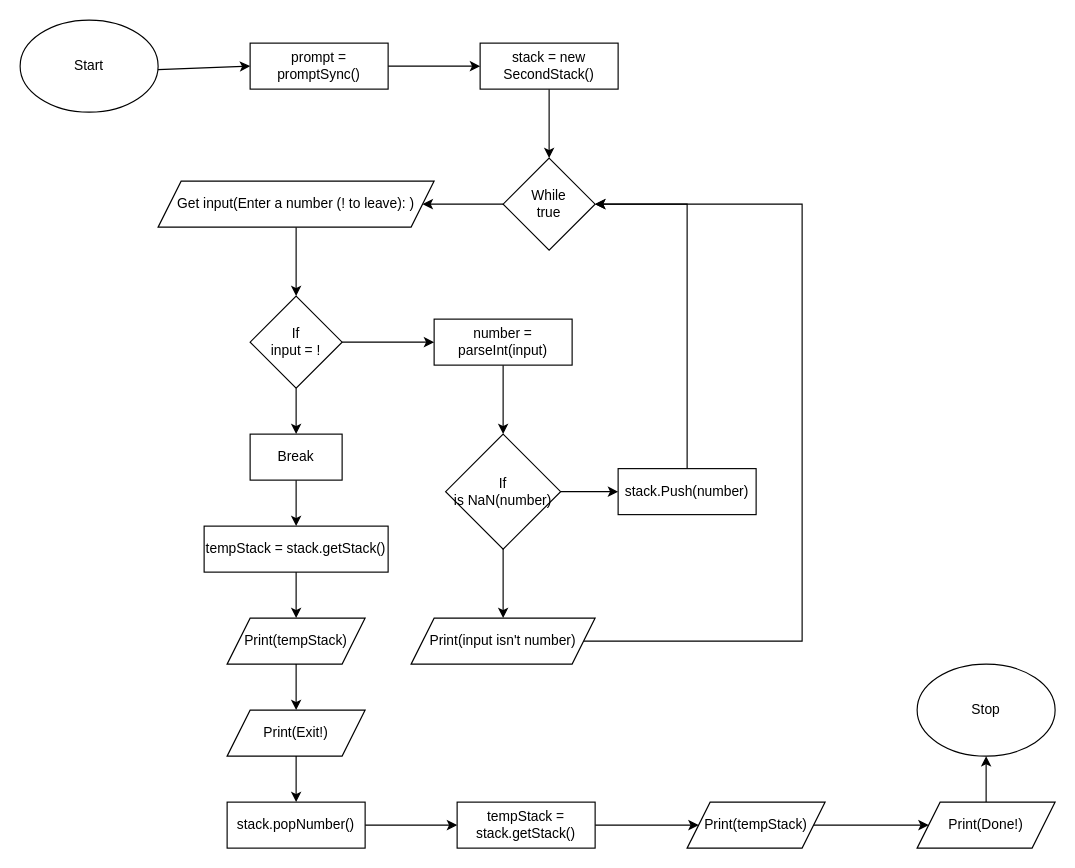
The draw.io diagram pictures/unit2-02.drawio in Igor-Zhelezniak-1/ics4u-unit2-02-typescript, before the edit. Source tidied: cells renumbered, new cells numbered last; positions are measured from the earlier drawing's top-left corner, leaving out a move shared by most shapes. Both pictures are drawn from the tidied source at 115%, with x=0, y=0 at pixel (20, 20).
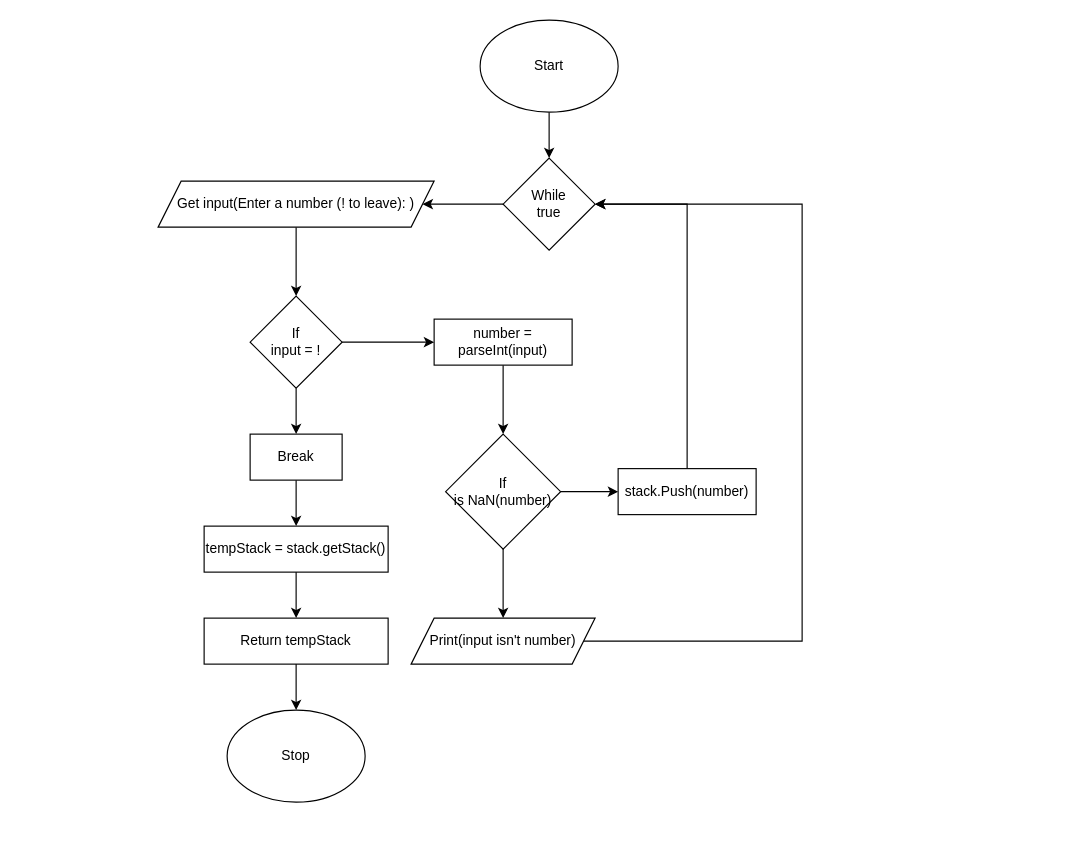
The same page after the edit.

Unchanged cells that the change refers to:
```xml
<mxCell id="10" value="While &lt;br&gt;true" style="rhombus;whiteSpace=wrap;html=1;" parent="1" vertex="1">
  <mxGeometry x="420" y="120" width="80" height="80" as="geometry" />
</mxCell>
<mxCell id="28" value="tempStack = stack.getStack()" style="rounded=0;whiteSpace=wrap;html=1;" parent="1" vertex="1">
  <mxGeometry x="160" y="440" width="160" height="40" as="geometry" />
</mxCell>
```

Change to the diagram source:
```diff
@@
-    <mxCell id="2" style="edgeStyle=none;html=1;entryX=0;entryY=0.5;entryDx=0;entryDy=0;rounded=0;" parent="1" edge="1" source="3" target="6">
-      <mxGeometry relative="1" as="geometry" />
-    </mxCell>
+    <mxCell id="41" style="edgeStyle=none;html=1;entryX=0.5;entryY=0;entryDx=0;entryDy=0;" parent="1" edge="1" source="3" target="10">
+      <mxGeometry relative="1" as="geometry" />
+    </mxCell>
     <mxCell id="3" value="Start" style="ellipse;whiteSpace=wrap;html=1;" parent="1" vertex="1">
-      <mxGeometry width="120" height="80" as="geometry" />
+      <mxGeometry x="400" width="120" height="80" as="geometry" />
     </mxCell>
     <mxCell id="4" value="Stop" style="ellipse;whiteSpace=wrap;html=1;" parent="1" vertex="1">
-      <mxGeometry x="780" y="560" width="120" height="80" as="geometry" />
+      <mxGeometry x="180" y="600" width="120" height="80" as="geometry" />
     </mxCell>
-    <mxCell id="5" style="edgeStyle=none;rounded=0;html=1;entryX=0;entryY=0.5;entryDx=0;entryDy=0;" parent="1" edge="1" source="6" target="8">
-      <mxGeometry relative="1" as="geometry" />
-    </mxCell>
-    <mxCell id="6" value="prompt = promptSync()" style="rounded=0;whiteSpace=wrap;html=1;" parent="1" vertex="1">
-      <mxGeometry x="200" y="20" width="120" height="40" as="geometry" />
-    </mxCell>
-    <mxCell id="7" style="edgeStyle=none;rounded=0;html=1;entryX=0.5;entryY=0;entryDx=0;entryDy=0;" parent="1" edge="1" source="8" target="10">
-      <mxGeometry relative="1" as="geometry" />
-    </mxCell>
-    <mxCell id="8" value="stack = new SecondStack()" style="rounded=0;whiteSpace=wrap;html=1;" parent="1" vertex="1">
-      <mxGeometry x="400" y="20" width="120" height="40" as="geometry" />
-    </mxCell>
@@
-    <mxCell id="27" style="edgeStyle=none;rounded=0;html=1;entryX=0.5;entryY=0;entryDx=0;entryDy=0;" parent="1" edge="1" source="28" target="38">
-      <mxGeometry relative="1" as="geometry" />
+    <mxCell id="27" style="edgeStyle=none;rounded=0;html=1;entryX=0.5;entryY=0;entryDx=0;entryDy=0;" parent="1" edge="1" source="28">
+      <mxGeometry relative="1" as="geometry">
+        <mxPoint x="240" y="520" as="targetPoint" />
+      </mxGeometry>
     </mxCell>
@@
-    <mxCell id="29" style="edgeStyle=none;rounded=0;html=1;entryX=0;entryY=0.5;entryDx=0;entryDy=0;" parent="1" edge="1" source="30" target="40">
-      <mxGeometry relative="1" as="geometry" />
-    </mxCell>
-    <mxCell id="30" value="Print(tempStack)" style="shape=parallelogram;perimeter=parallelogramPerimeter;whiteSpace=wrap;html=1;fixedSize=1;" parent="1" vertex="1">
-      <mxGeometry x="580" y="680" width="120" height="40" as="geometry" />
-    </mxCell>
-    <mxCell id="31" style="edgeStyle=none;rounded=0;html=1;entryX=0.5;entryY=0;entryDx=0;entryDy=0;" parent="1" edge="1" source="32" target="34">
-      <mxGeometry relative="1" as="geometry" />
-    </mxCell>
-    <mxCell id="32" value="Print(Exit!)" style="shape=parallelogram;perimeter=parallelogramPerimeter;whiteSpace=wrap;html=1;fixedSize=1;" parent="1" vertex="1">
-      <mxGeometry x="180" y="600" width="120" height="40" as="geometry" />
-    </mxCell>
-    <mxCell id="33" style="edgeStyle=none;rounded=0;html=1;entryX=0;entryY=0.5;entryDx=0;entryDy=0;" parent="1" edge="1" source="34" target="36">
-      <mxGeometry relative="1" as="geometry" />
-    </mxCell>
-    <mxCell id="34" value="stack.popNumber()" style="rounded=0;whiteSpace=wrap;html=1;" parent="1" vertex="1">
-      <mxGeometry x="180" y="680" width="120" height="40" as="geometry" />
-    </mxCell>
-    <mxCell id="35" style="edgeStyle=none;rounded=0;html=1;entryX=0;entryY=0.5;entryDx=0;entryDy=0;exitX=1;exitY=0.5;exitDx=0;exitDy=0;" parent="1" edge="1" source="36" target="30">
-      <mxGeometry relative="1" as="geometry" />
-    </mxCell>
-    <mxCell id="36" value="tempStack = stack.getStack()" style="rounded=0;whiteSpace=wrap;html=1;" parent="1" vertex="1">
-      <mxGeometry x="380" y="680" width="120" height="40" as="geometry" />
-    </mxCell>
-    <mxCell id="37" style="edgeStyle=none;rounded=0;html=1;entryX=0.5;entryY=0;entryDx=0;entryDy=0;" parent="1" edge="1" source="38" target="32">
-      <mxGeometry relative="1" as="geometry" />
-    </mxCell>
-    <mxCell id="38" value="Print(tempStack)" style="shape=parallelogram;perimeter=parallelogramPerimeter;whiteSpace=wrap;html=1;fixedSize=1;" parent="1" vertex="1">
-      <mxGeometry x="180" y="520" width="120" height="40" as="geometry" />
-    </mxCell>
-    <mxCell id="39" style="edgeStyle=none;rounded=0;html=1;entryX=0.5;entryY=1;entryDx=0;entryDy=0;" parent="1" edge="1" source="40" target="4">
-      <mxGeometry relative="1" as="geometry" />
-    </mxCell>
-    <mxCell id="40" value="Print(Done!)" style="shape=parallelogram;perimeter=parallelogramPerimeter;whiteSpace=wrap;html=1;fixedSize=1;" parent="1" vertex="1">
-      <mxGeometry x="780" y="680" width="120" height="40" as="geometry" />
-    </mxCell>
+    <mxCell id="42" style="edgeStyle=none;html=1;entryX=0.5;entryY=0;entryDx=0;entryDy=0;" parent="1" edge="1" source="43" target="4">
+      <mxGeometry relative="1" as="geometry" />
+    </mxCell>
+    <mxCell id="43" value="Return tempStack" style="rounded=0;whiteSpace=wrap;html=1;" parent="1" vertex="1">
+      <mxGeometry x="160" y="520" width="160" height="40" as="geometry" />
+    </mxCell>
```
